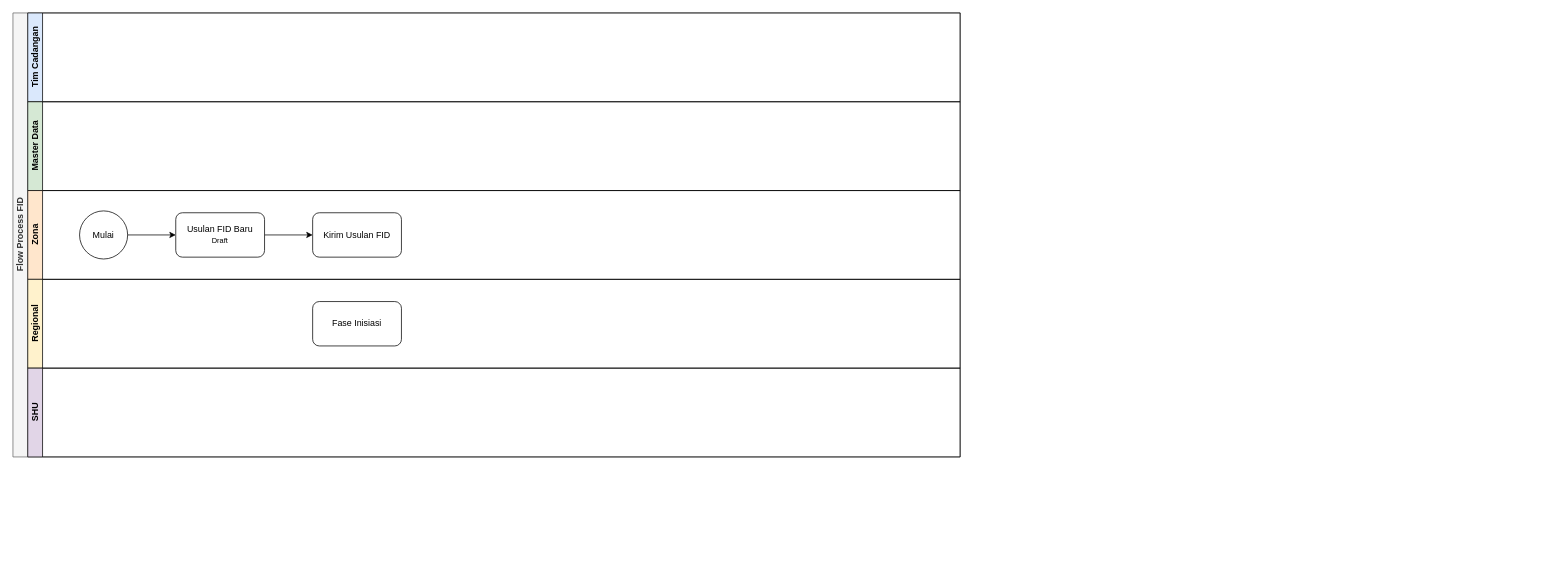
Before: page "FID" (3 of 3) of Alur RK Sumur BOR & WO.drawio in Business-Support-Application/Flow-Process-Business, a draw.io diagram. Source tidied: cells renumbered, new cells numbered last; positions are measured from the earlier drawing's top-left corner, leaving out a move shared by most shapes. Both pictures are drawn from the tidied source at 74%, with x=0, y=0 at pixel (13, 13).
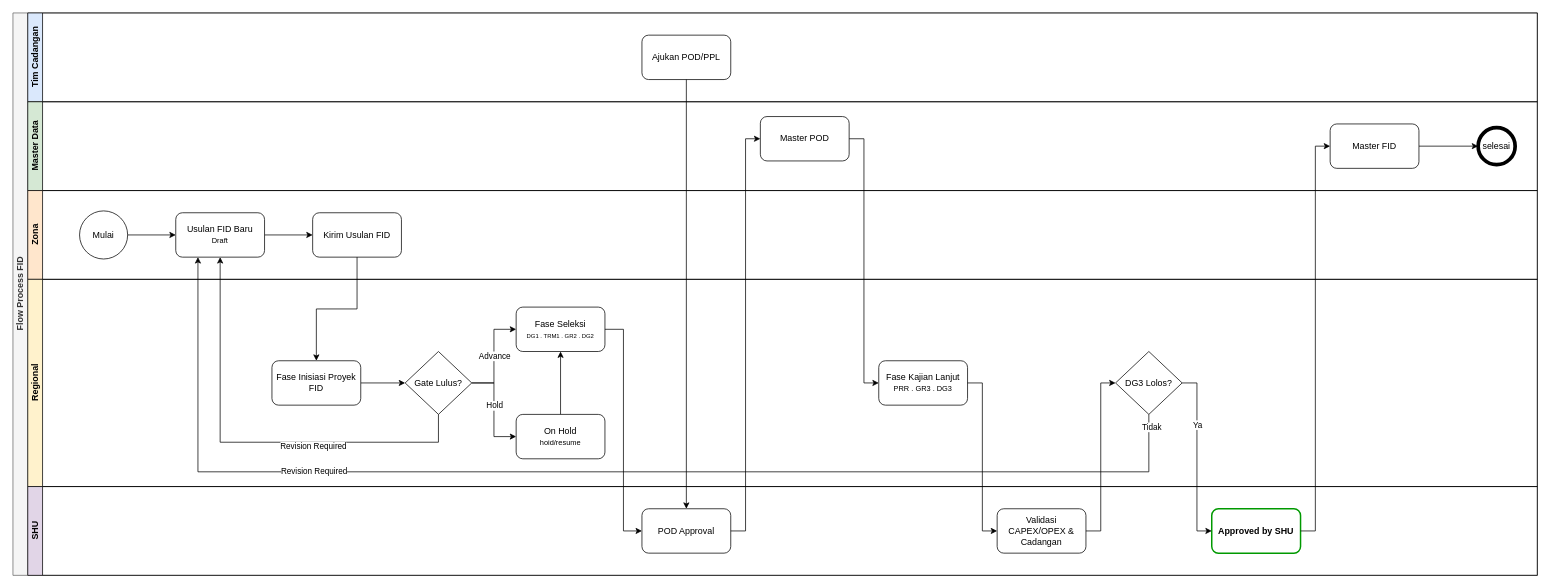
The same diagram, later.

Commit message:
Update Flow FID

The change refers to these unchanged cells:
```xml
<mxCell id="9" value="Usulan FID Baru&lt;div&gt;&lt;font style=&quot;font-size: 10px;&quot;&gt;Draft&lt;/font&gt;&lt;/div&gt;" style="rounded=1;whiteSpace=wrap;html=1;" parent="5" vertex="1">
  <mxGeometry x="200" y="30" width="120" height="60" as="geometry" />
</mxCell>
<mxCell id="10" value="Kirim Usulan FID" style="rounded=1;whiteSpace=wrap;html=1;" parent="5" vertex="1">
  <mxGeometry x="385" y="30" width="120" height="60" as="geometry" />
</mxCell>
```

What changed in the source:
```diff
@@
     <mxCell id="2" value="Flow Process FID" style="swimlane;horizontal=0;startSize=20;html=1;fillColor=#f5f5f5;fontColor=#333333;strokeColor=#666666;" parent="1" vertex="1">
-      <mxGeometry width="1280" height="600" as="geometry" />
+      <mxGeometry width="2060" height="760" as="geometry" />
     </mxCell>
     <mxCell id="3" value="Tim Cadangan" style="swimlane;startSize=20;horizontal=0;html=1;fillColor=#dae8fc;strokeColor=light-dark(#000000,#000000);" parent="2" vertex="1">
-      <mxGeometry x="20" width="1260" height="120" as="geometry" />
+      <mxGeometry x="20" width="2040" height="120" as="geometry" />
     </mxCell>
+    <mxCell id="14" value="Ajukan POD/PPL" style="rounded=1;whiteSpace=wrap;html=1;" parent="3" vertex="1">
+      <mxGeometry x="830" y="30" width="120" height="60" as="geometry" />
+    </mxCell>
     <mxCell id="4" value="Master Data" style="swimlane;startSize=20;horizontal=0;html=1;fillColor=#d5e8d4;strokeColor=light-dark(#000000,#000000);" parent="2" vertex="1">
-      <mxGeometry x="20" y="120" width="1260" height="120" as="geometry" />
+      <mxGeometry x="20" y="120" width="2040" height="120" as="geometry" />
     </mxCell>
+    <mxCell id="15" value="Master POD" style="rounded=1;whiteSpace=wrap;html=1;" parent="4" vertex="1">
+      <mxGeometry x="990" y="20" width="120" height="60" as="geometry" />
+    </mxCell>
+    <mxCell id="16" style="edgeStyle=orthogonalEdgeStyle;rounded=0;jettySize=auto;html=1;exitX=1;exitY=0.5;exitDx=0;exitDy=0;entryX=0;entryY=0.5;entryDx=0;entryDy=0;" parent="4" edge="1" source="17" target="18">
+      <mxGeometry relative="1" as="geometry" />
+    </mxCell>
+    <mxCell id="17" value="Master FID" style="rounded=1;whiteSpace=wrap;html=1;" parent="4" vertex="1">
+      <mxGeometry x="1760" y="30" width="120" height="60" as="geometry" />
+    </mxCell>
+    <mxCell id="18" value="selesai" style="ellipse;whiteSpace=wrap;html=1;shapeInside=1;strokeWidth=5;" parent="4" vertex="1">
+      <mxGeometry x="1960" y="35" width="50" height="50" as="geometry" />
+    </mxCell>
     <mxCell id="5" value="Zona" style="swimlane;startSize=20;horizontal=0;html=1;fillColor=#ffe6cc;strokeColor=light-dark(#000000,#000000);" parent="2" vertex="1">
-      <mxGeometry x="20" y="240" width="1260" height="120" as="geometry" />
+      <mxGeometry x="20" y="240" width="2040" height="120" as="geometry" />
     </mxCell>
@@
     <mxCell id="11" value="Regional" style="swimlane;startSize=20;horizontal=0;html=1;fillColor=#fff2cc;strokeColor=light-dark(#000000,#000000);" parent="2" vertex="1">
-      <mxGeometry x="20" y="360" width="1260" height="120" as="geometry" />
+      <mxGeometry x="20" y="360" width="2040" height="280" as="geometry" />
     </mxCell>
+    <mxCell id="19" style="edgeStyle=orthogonalEdgeStyle;rounded=0;jettySize=auto;html=1;exitX=1;exitY=0.5;exitDx=0;exitDy=0;" parent="11" edge="1" source="12" target="24">
+      <mxGeometry relative="1" as="geometry" />
+    </mxCell>
-    <mxCell id="12" value="Fase Inisiasi" style="rounded=1;whiteSpace=wrap;html=1;" parent="11" vertex="1">
-      <mxGeometry x="385" y="30" width="120" height="60" as="geometry" />
+    <mxCell id="12" value="Fase Inisiasi Proyek FID" style="rounded=1;whiteSpace=wrap;html=1;" parent="11" vertex="1">
+      <mxGeometry x="330" y="110" width="120" height="60" as="geometry" />
     </mxCell>
+    <mxCell id="20" style="edgeStyle=orthogonalEdgeStyle;rounded=0;jettySize=auto;html=1;exitX=1;exitY=0.5;exitDx=0;exitDy=0;" parent="11" edge="1" source="24" target="25">
+      <mxGeometry relative="1" as="geometry" />
+    </mxCell>
+    <mxCell id="21" value="Advance" style="edgeLabel;html=1;align=center;verticalAlign=middle;" parent="20" vertex="1">
+      <mxGeometry x="0.01" relative="1" as="geometry" />
+    </mxCell>
+    <mxCell id="22" style="edgeStyle=orthogonalEdgeStyle;rounded=0;jettySize=auto;html=1;exitX=1;exitY=0.5;exitDx=0;exitDy=0;entryX=0;entryY=0.5;entryDx=0;entryDy=0;" parent="11" edge="1" source="24" target="27">
+      <mxGeometry relative="1" as="geometry" />
+    </mxCell>
+    <mxCell id="23" value="Hold" style="edgeLabel;html=1;align=center;verticalAlign=middle;" parent="22" vertex="1">
+      <mxGeometry x="-0.17" y="4" relative="1" as="geometry">
+        <mxPoint x="-4" y="5" as="offset" />
+      </mxGeometry>
+    </mxCell>
+    <mxCell id="24" value="Gate Lulus?" style="rhombus;whiteSpace=wrap;html=1;shapeInside=1;" parent="11" vertex="1">
+      <mxGeometry x="510" y="97.5" width="90" height="85" as="geometry" />
+    </mxCell>
+    <mxCell id="25" value="Fase Seleksi&lt;div&gt;&lt;font style=&quot;font-size: 8px;&quot;&gt;DG1 . TRM1 . GR2 . DG2&lt;/font&gt;&lt;/div&gt;" style="rounded=1;whiteSpace=wrap;html=1;" parent="11" vertex="1">
+      <mxGeometry x="660" y="37.5" width="120" height="60" as="geometry" />
+    </mxCell>
+    <mxCell id="26" style="edgeStyle=orthogonalEdgeStyle;rounded=0;jettySize=auto;html=1;exitX=0.5;exitY=0;exitDx=0;exitDy=0;entryX=0.5;entryY=1;entryDx=0;entryDy=0;" parent="11" edge="1" source="27" target="25">
+      <mxGeometry relative="1" as="geometry" />
+    </mxCell>
+    <mxCell id="27" value="On Hold&lt;div&gt;&lt;font style=&quot;font-size: 10px;&quot;&gt;hoid/resume&lt;/font&gt;&lt;/div&gt;" style="rounded=1;whiteSpace=wrap;html=1;" parent="11" vertex="1">
+      <mxGeometry x="660" y="182.5" width="120" height="60" as="geometry" />
+    </mxCell>
+    <mxCell id="28" value="Fase Kajian Lanjut&lt;div&gt;&lt;font style=&quot;font-size: 10px;&quot;&gt;PRR . GR3 . DG3&lt;/font&gt;&lt;/div&gt;" style="rounded=1;whiteSpace=wrap;html=1;" parent="11" vertex="1">
+      <mxGeometry x="1150" y="110" width="120" height="60" as="geometry" />
+    </mxCell>
+    <mxCell id="29" value="DG3 Lolos?" style="rhombus;whiteSpace=wrap;html=1;shapeInside=1;" parent="11" vertex="1">
+      <mxGeometry x="1470" y="97.5" width="90" height="85" as="geometry" />
+    </mxCell>
     <mxCell id="13" value="SHU" style="swimlane;startSize=20;horizontal=0;html=1;fillColor=#e1d5e7;strokeColor=light-dark(#000000,#000000);" parent="2" vertex="1">
-      <mxGeometry x="20" y="480" width="1260" height="120" as="geometry" />
+      <mxGeometry x="20" y="640" width="2040" height="120" as="geometry" />
     </mxCell>
+    <mxCell id="30" value="POD Approval" style="rounded=1;whiteSpace=wrap;html=1;" parent="13" vertex="1">
+      <mxGeometry x="830" y="30" width="120" height="60" as="geometry" />
+    </mxCell>
+    <mxCell id="31" value="Validasi CAPEX/OPEX &amp;amp; Cadangan" style="rounded=1;whiteSpace=wrap;html=1;" parent="13" vertex="1">
+      <mxGeometry x="1310" y="30" width="120" height="60" as="geometry" />
+    </mxCell>
+    <mxCell id="32" value="&lt;b&gt;Approved by SHU&lt;/b&gt;" style="rounded=1;whiteSpace=wrap;html=1;strokeWidth=2;strokeColor=#009900;" parent="13" vertex="1">
+      <mxGeometry x="1600" y="30" width="120" height="60" as="geometry" />
+    </mxCell>
+    <mxCell id="33" style="edgeStyle=orthogonalEdgeStyle;rounded=0;jettySize=auto;html=1;exitX=1;exitY=0.5;exitDx=0;exitDy=0;entryX=0;entryY=0.5;entryDx=0;entryDy=0;" parent="2" edge="1" source="15" target="28">
+      <mxGeometry relative="1" as="geometry" />
+    </mxCell>
+    <mxCell id="34" style="edgeStyle=orthogonalEdgeStyle;rounded=0;jettySize=auto;html=1;exitX=1;exitY=0.5;exitDx=0;exitDy=0;entryX=0;entryY=0.5;entryDx=0;entryDy=0;" parent="2" edge="1" source="28" target="31">
+      <mxGeometry relative="1" as="geometry" />
+    </mxCell>
+    <mxCell id="35" style="edgeStyle=orthogonalEdgeStyle;rounded=0;jettySize=auto;html=1;exitX=1;exitY=0.5;exitDx=0;exitDy=0;entryX=0;entryY=0.5;entryDx=0;entryDy=0;" parent="2" edge="1" source="31" target="29">
+      <mxGeometry relative="1" as="geometry" />
+    </mxCell>
+    <mxCell id="36" style="edgeStyle=orthogonalEdgeStyle;rounded=0;jettySize=auto;html=1;exitX=1;exitY=0.5;exitDx=0;exitDy=0;entryX=0;entryY=0.5;entryDx=0;entryDy=0;" parent="2" edge="1" source="29" target="32">
+      <mxGeometry relative="1" as="geometry" />
+    </mxCell>
+    <mxCell id="37" value="Ya" style="edgeLabel;html=1;align=center;verticalAlign=middle;" parent="36" vertex="1">
+      <mxGeometry x="-0.37" relative="1" as="geometry" />
+    </mxCell>
+    <mxCell id="38" style="edgeStyle=orthogonalEdgeStyle;rounded=0;jettySize=auto;html=1;exitX=0.5;exitY=1;exitDx=0;exitDy=0;" parent="2" edge="1" source="10" target="12">
+      <mxGeometry relative="1" as="geometry" />
+    </mxCell>
+    <mxCell id="39" style="edgeStyle=orthogonalEdgeStyle;rounded=0;jettySize=auto;html=1;exitX=0.5;exitY=1;exitDx=0;exitDy=0;entryX=0.5;entryY=0;entryDx=0;entryDy=0;" parent="2" edge="1" source="14" target="30">
+      <mxGeometry relative="1" as="geometry" />
+    </mxCell>
+    <mxCell id="40" style="edgeStyle=orthogonalEdgeStyle;rounded=0;jettySize=auto;html=1;exitX=1;exitY=0.5;exitDx=0;exitDy=0;entryX=0;entryY=0.5;entryDx=0;entryDy=0;" parent="2" edge="1" source="25" target="30">
+      <mxGeometry relative="1" as="geometry" />
+    </mxCell>
+    <mxCell id="41" style="edgeStyle=orthogonalEdgeStyle;rounded=0;jettySize=auto;html=1;exitX=1;exitY=0.5;exitDx=0;exitDy=0;entryX=0;entryY=0.5;entryDx=0;entryDy=0;" parent="2" edge="1" source="30" target="15">
+      <mxGeometry relative="1" as="geometry" />
+    </mxCell>
+    <mxCell id="42" style="edgeStyle=orthogonalEdgeStyle;rounded=0;jettySize=auto;html=1;exitX=0.5;exitY=1;exitDx=0;exitDy=0;entryX=0.25;entryY=1;entryDx=0;entryDy=0;" parent="2" edge="1" source="29" target="9">
+      <mxGeometry relative="1" as="geometry">
+        <Array as="points">
+          <mxPoint x="1535.1" y="620.1" />
+          <mxPoint x="250" y="620.1" />
+        </Array>
+      </mxGeometry>
+    </mxCell>
+    <mxCell id="43" value="Revision Required" style="edgeLabel;html=1;align=center;verticalAlign=middle;" parent="42" vertex="1">
+      <mxGeometry x="0.46" y="-1" relative="1" as="geometry" />
+    </mxCell>
+    <mxCell id="44" value="Tidak" style="edgeLabel;html=1;align=center;verticalAlign=middle;" parent="42" vertex="1">
+      <mxGeometry x="-0.98" y="3" relative="1" as="geometry" />
+    </mxCell>
+    <mxCell id="45" style="edgeStyle=orthogonalEdgeStyle;rounded=0;jettySize=auto;html=1;exitX=0.5;exitY=1;exitDx=0;exitDy=0;entryX=0.5;entryY=1;entryDx=0;entryDy=0;" parent="2" edge="1" source="24" target="9">
+      <mxGeometry relative="1" as="geometry">
+        <Array as="points">
+          <mxPoint x="575.1" y="580.1" />
+          <mxPoint x="280" y="580.1" />
+        </Array>
+      </mxGeometry>
+    </mxCell>
+    <mxCell id="46" value="Revision Required" style="edgeLabel;html=1;align=center;verticalAlign=middle;" parent="45" vertex="1">
+      <mxGeometry x="-0.29" y="5" relative="1" as="geometry" />
+    </mxCell>
+    <mxCell id="47" style="edgeStyle=orthogonalEdgeStyle;rounded=0;jettySize=auto;html=1;exitX=1;exitY=0.5;exitDx=0;exitDy=0;entryX=0;entryY=0.5;entryDx=0;entryDy=0;" parent="2" edge="1" source="32" target="17">
+      <mxGeometry relative="1" as="geometry" />
+    </mxCell>
```
